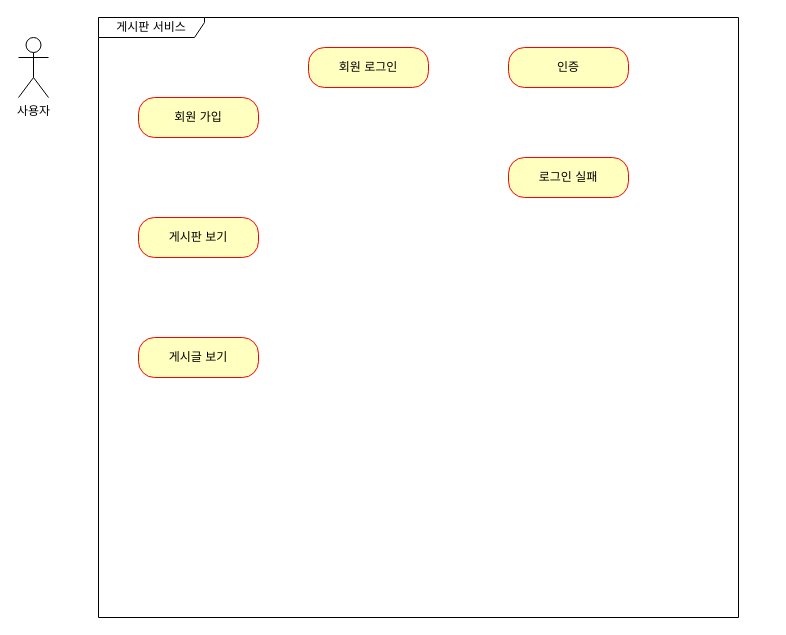
Before: document/제목 없는 다이어그램.drawio in YY-Tech/practice-project-board, a draw.io diagram. Source tidied: cells renumbered, new cells numbered last; positions are measured from the earlier drawing's top-left corner, leaving out a move shared by most shapes. Both pictures are drawn from the tidied source at 100%, with x=0, y=0 at pixel (18, 17).
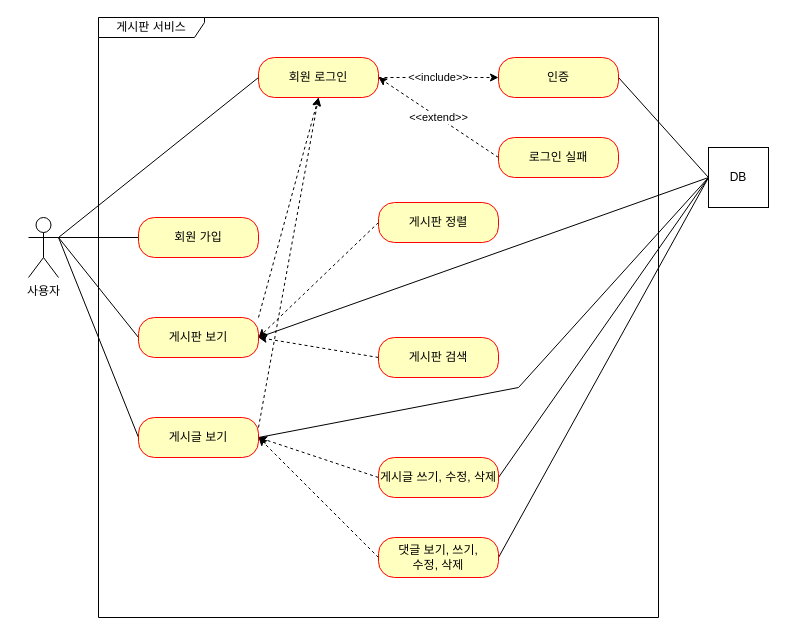
The same page after the edit.

Commit message:
제목 없는 다이어그램.drawio 업데이트

The edit, as a diff of the source:
```diff
@@
     <mxCell id="2" value="사용자" style="shape=umlActor;verticalLabelPosition=bottom;verticalAlign=top;html=1;" parent="1" vertex="1">
-      <mxGeometry y="20" width="30" height="60" as="geometry" />
+      <mxGeometry x="10" y="200" width="30" height="60" as="geometry" />
     </mxCell>
     <mxCell id="3" value="게시판 서비스" style="shape=umlFrame;whiteSpace=wrap;html=1;width=106;height=20;" parent="1" vertex="1">
-      <mxGeometry x="80" width="640" height="600" as="geometry" />
+      <mxGeometry x="80" width="560" height="600" as="geometry" />
     </mxCell>
+    <mxCell id="10" style="edgeStyle=orthogonalEdgeStyle;rounded=0;jettySize=auto;html=1;exitX=0;exitY=0.5;exitDx=0;exitDy=0;entryX=1;entryY=0.3333333333333333;entryDx=0;entryDy=0;entryPerimeter=0;endArrow=none;endFill=0;" parent="1" edge="1" source="4" target="2">
+      <mxGeometry relative="1" as="geometry" />
+    </mxCell>
     <mxCell id="4" value="회원 가입" style="rounded=1;whiteSpace=wrap;html=1;arcSize=40;fontColor=#000000;fillColor=#ffffc0;strokeColor=#ff0000;" parent="1" vertex="1">
-      <mxGeometry x="120" y="80" width="120" height="40" as="geometry" />
+      <mxGeometry x="120" y="200" width="120" height="40" as="geometry" />
     </mxCell>
+    <mxCell id="11" style="rounded=0;jettySize=auto;html=1;exitX=0;exitY=0.5;exitDx=0;exitDy=0;endArrow=none;endFill=0;" parent="1" edge="1" source="5">
+      <mxGeometry relative="1" as="geometry">
+        <mxPoint x="40" y="220" as="targetPoint" />
+      </mxGeometry>
+    </mxCell>
+    <mxCell id="12" style="rounded=0;jettySize=auto;html=1;exitX=1;exitY=0;exitDx=0;exitDy=0;entryX=0.5;entryY=1;entryDx=0;entryDy=0;dashed=1;" parent="1" edge="1" source="5" target="7">
+      <mxGeometry relative="1" as="geometry" />
+    </mxCell>
+    <mxCell id="13" style="rounded=0;jettySize=auto;html=1;exitX=1;exitY=0.5;exitDx=0;exitDy=0;entryX=0;entryY=0.5;entryDx=0;entryDy=0;endArrow=none;endFill=0;" parent="1" edge="1" source="5" target="32">
+      <mxGeometry relative="1" as="geometry" />
+    </mxCell>
     <mxCell id="5" value="게시판 보기" style="rounded=1;whiteSpace=wrap;html=1;arcSize=40;fontColor=#000000;fillColor=#ffffc0;strokeColor=#ff0000;" parent="1" vertex="1">
-      <mxGeometry x="120" y="200" width="120" height="40" as="geometry" />
+      <mxGeometry x="120" y="300" width="120" height="40" as="geometry" />
     </mxCell>
+    <mxCell id="14" style="rounded=0;jettySize=auto;html=1;exitX=0;exitY=0.5;exitDx=0;exitDy=0;strokeColor=none;" parent="1" edge="1" source="6">
+      <mxGeometry relative="1" as="geometry">
+        <mxPoint x="40" y="220" as="targetPoint" />
+      </mxGeometry>
+    </mxCell>
+    <mxCell id="15" style="rounded=0;jettySize=auto;html=1;exitX=0;exitY=0.5;exitDx=0;exitDy=0;endArrow=none;endFill=0;" parent="1" edge="1" source="6">
+      <mxGeometry relative="1" as="geometry">
+        <mxPoint x="40" y="220" as="targetPoint" />
+      </mxGeometry>
+    </mxCell>
+    <mxCell id="16" style="rounded=0;jettySize=auto;html=1;exitX=1;exitY=0.25;exitDx=0;exitDy=0;entryX=0.5;entryY=1;entryDx=0;entryDy=0;dashed=1;" parent="1" edge="1" source="6" target="7">
+      <mxGeometry relative="1" as="geometry" />
+    </mxCell>
+    <mxCell id="17" style="rounded=0;jettySize=auto;html=1;exitX=1;exitY=0.5;exitDx=0;exitDy=0;entryX=0;entryY=0.5;entryDx=0;entryDy=0;endArrow=none;endFill=0;" parent="1" edge="1" source="6" target="32">
+      <mxGeometry relative="1" as="geometry">
+        <Array as="points">
+          <mxPoint x="500" y="370" />
+        </Array>
+      </mxGeometry>
+    </mxCell>
     <mxCell id="6" value="게시글 보기" style="rounded=1;whiteSpace=wrap;html=1;arcSize=40;fontColor=#000000;fillColor=#ffffc0;strokeColor=#ff0000;" parent="1" vertex="1">
-      <mxGeometry x="120" y="320" width="120" height="40" as="geometry" />
+      <mxGeometry x="120" y="400" width="120" height="40" as="geometry" />
     </mxCell>
+    <mxCell id="18" style="rounded=0;jettySize=auto;html=1;exitX=0;exitY=0.5;exitDx=0;exitDy=0;endArrow=none;endFill=0;" parent="1" edge="1" source="7">
+      <mxGeometry relative="1" as="geometry">
+        <mxPoint x="40" y="220" as="targetPoint" />
+      </mxGeometry>
+    </mxCell>
+    <mxCell id="19" value="&amp;lt;&amp;lt;include&amp;gt;&amp;gt;" style="edgeStyle=orthogonalEdgeStyle;rounded=0;jettySize=auto;html=1;exitX=1;exitY=0.5;exitDx=0;exitDy=0;entryX=0;entryY=0.5;entryDx=0;entryDy=0;dashed=1;" parent="1" edge="1" source="7" target="8">
+      <mxGeometry relative="1" as="geometry" />
+    </mxCell>
     <mxCell id="7" value="회원 로그인" style="rounded=1;whiteSpace=wrap;html=1;arcSize=40;fontColor=#000000;fillColor=#ffffc0;strokeColor=#ff0000;" parent="1" vertex="1">
-      <mxGeometry x="290" y="30" width="120" height="40" as="geometry" />
+      <mxGeometry x="240" y="40" width="120" height="40" as="geometry" />
     </mxCell>
+    <mxCell id="20" style="rounded=0;jettySize=auto;html=1;exitX=1;exitY=0.5;exitDx=0;exitDy=0;entryX=0;entryY=0.5;entryDx=0;entryDy=0;endArrow=none;endFill=0;" parent="1" edge="1" source="8" target="32">
+      <mxGeometry relative="1" as="geometry" />
+    </mxCell>
     <mxCell id="8" value="인증" style="rounded=1;whiteSpace=wrap;html=1;arcSize=40;fontColor=#000000;fillColor=#ffffc0;strokeColor=#ff0000;" parent="1" vertex="1">
-      <mxGeometry x="490" y="30" width="120" height="40" as="geometry" />
+      <mxGeometry x="480" y="40" width="120" height="40" as="geometry" />
     </mxCell>
+    <mxCell id="21" value="&amp;lt;&amp;lt;extend&amp;gt;&amp;gt;" style="rounded=0;jettySize=auto;html=1;exitX=0;exitY=0.5;exitDx=0;exitDy=0;entryX=1;entryY=0.5;entryDx=0;entryDy=0;dashed=1;" parent="1" edge="1" source="9" target="7">
+      <mxGeometry relative="1" as="geometry" />
+    </mxCell>
     <mxCell id="9" value="로그인 실패" style="rounded=1;whiteSpace=wrap;html=1;arcSize=40;fontColor=#000000;fillColor=#ffffc0;strokeColor=#ff0000;" parent="1" vertex="1">
-      <mxGeometry x="490" y="140" width="120" height="40" as="geometry" />
+      <mxGeometry x="480" y="120" width="120" height="40" as="geometry" />
     </mxCell>
+    <mxCell id="22" style="rounded=0;jettySize=auto;html=1;exitX=0;exitY=0.5;exitDx=0;exitDy=0;entryX=1;entryY=0.5;entryDx=0;entryDy=0;dashed=1;" parent="1" edge="1" source="23" target="5">
+      <mxGeometry relative="1" as="geometry" />
+    </mxCell>
+    <mxCell id="23" value="게시판 정렬" style="rounded=1;whiteSpace=wrap;html=1;arcSize=40;fontColor=#000000;fillColor=#ffffc0;strokeColor=#ff0000;" parent="1" vertex="1">
+      <mxGeometry x="360" y="185" width="120" height="40" as="geometry" />
+    </mxCell>
+    <mxCell id="24" style="rounded=0;jettySize=auto;html=1;exitX=0;exitY=0.5;exitDx=0;exitDy=0;entryX=1;entryY=0.5;entryDx=0;entryDy=0;dashed=1;" parent="1" edge="1" source="25" target="5">
+      <mxGeometry relative="1" as="geometry" />
+    </mxCell>
+    <mxCell id="25" value="게시판 검색" style="rounded=1;whiteSpace=wrap;html=1;arcSize=40;fontColor=#000000;fillColor=#ffffc0;strokeColor=#ff0000;" parent="1" vertex="1">
+      <mxGeometry x="360" y="320" width="120" height="40" as="geometry" />
+    </mxCell>
+    <mxCell id="26" style="rounded=0;jettySize=auto;html=1;exitX=0;exitY=0.5;exitDx=0;exitDy=0;dashed=1;entryX=1;entryY=0.5;entryDx=0;entryDy=0;" parent="1" edge="1" source="28" target="6">
+      <mxGeometry relative="1" as="geometry" />
+    </mxCell>
+    <mxCell id="27" style="rounded=0;jettySize=auto;html=1;exitX=1;exitY=0.5;exitDx=0;exitDy=0;entryX=0;entryY=0.5;entryDx=0;entryDy=0;endArrow=none;endFill=0;" parent="1" edge="1" source="28" target="32">
+      <mxGeometry relative="1" as="geometry" />
+    </mxCell>
+    <mxCell id="28" value="게시글 쓰기, 수정, 삭제" style="rounded=1;whiteSpace=wrap;html=1;arcSize=40;fontColor=#000000;fillColor=#ffffc0;strokeColor=#ff0000;" parent="1" vertex="1">
+      <mxGeometry x="360" y="440" width="120" height="40" as="geometry" />
+    </mxCell>
+    <mxCell id="29" style="rounded=0;jettySize=auto;html=1;exitX=0;exitY=0.5;exitDx=0;exitDy=0;entryX=1;entryY=0.5;entryDx=0;entryDy=0;dashed=1;" parent="1" edge="1" source="31" target="6">
+      <mxGeometry relative="1" as="geometry" />
+    </mxCell>
+    <mxCell id="30" style="rounded=0;jettySize=auto;html=1;exitX=1;exitY=0.5;exitDx=0;exitDy=0;entryX=0;entryY=0.5;entryDx=0;entryDy=0;endArrow=none;endFill=0;" parent="1" edge="1" source="31" target="32">
+      <mxGeometry relative="1" as="geometry" />
+    </mxCell>
+    <mxCell id="31" value="댓글 보기, 쓰기,&lt;br&gt;수정, 삭제" style="rounded=1;whiteSpace=wrap;html=1;arcSize=40;fontColor=#000000;fillColor=#ffffc0;strokeColor=#ff0000;" parent="1" vertex="1">
+      <mxGeometry x="360" y="520" width="120" height="40" as="geometry" />
+    </mxCell>
+    <mxCell id="32" value="DB" style="html=1;whiteSpace=wrap;" parent="1" vertex="1">
+      <mxGeometry x="690" y="130" width="60" height="60" as="geometry" />
+    </mxCell>
```
